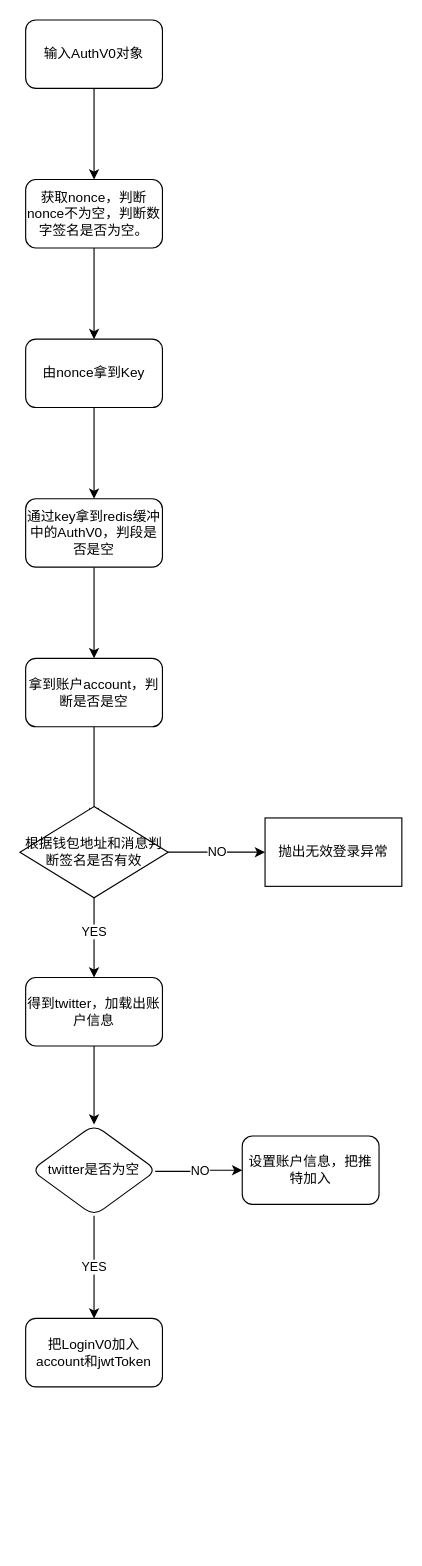
jhrsya/imgs keeps this draw.io diagram as auth认证.drawio. Above is the earlier version. Source tidied: cells renumbered, new cells numbered last; positions are measured from the earlier drawing's top-left corner, leaving out a move shared by most shapes. Both pictures are drawn from the tidied source at 114%, with x=0, y=0 at pixel (19, 19).
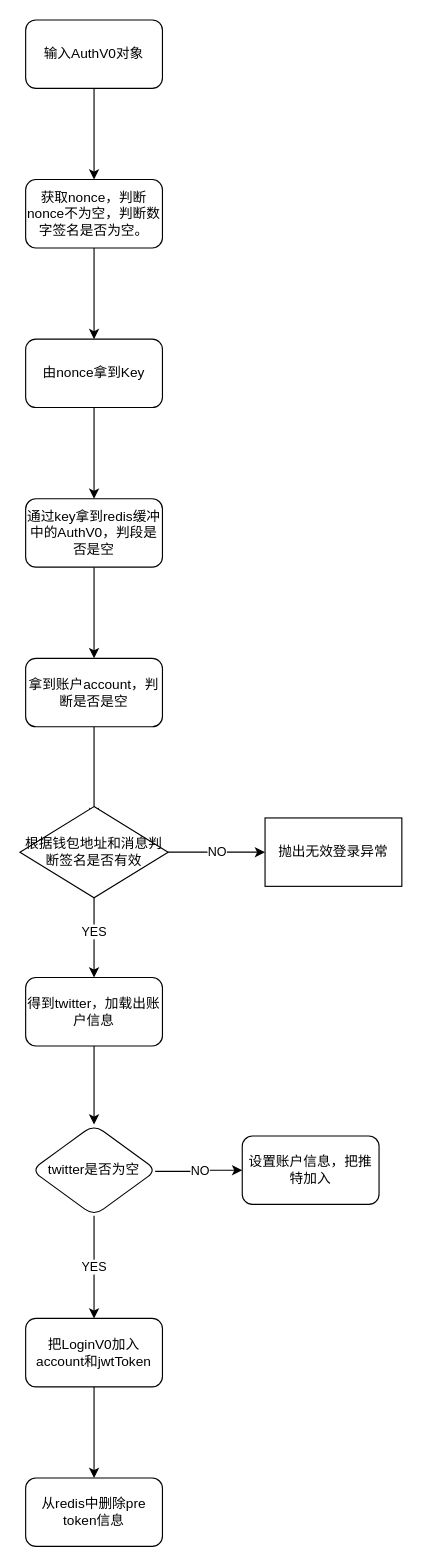
Above is the later version.

Unchanged cells that the change refers to:
```xml
<mxCell id="21" value="把LoginV0加入account和jwtToken" style="whiteSpace=wrap;html=1;rounded=1;" parent="1" vertex="1">
  <mxGeometry x="5" y="1139" width="120" height="60" as="geometry" />
</mxCell>
```

The edit, as a diff of the source:
```diff
@@
+    <mxCell id="23" style="edgeStyle=orthogonalEdgeStyle;rounded=0;jettySize=auto;html=1;" parent="1" edge="1" source="21" target="24">
+      <mxGeometry relative="1" as="geometry" />
+    </mxCell>
@@
+    <mxCell id="24" value="从redis中删除pre token信息" style="whiteSpace=wrap;html=1;rounded=1;" parent="1" vertex="1">
+      <mxGeometry x="5" y="1279" width="120" height="60" as="geometry" />
+    </mxCell>
```
